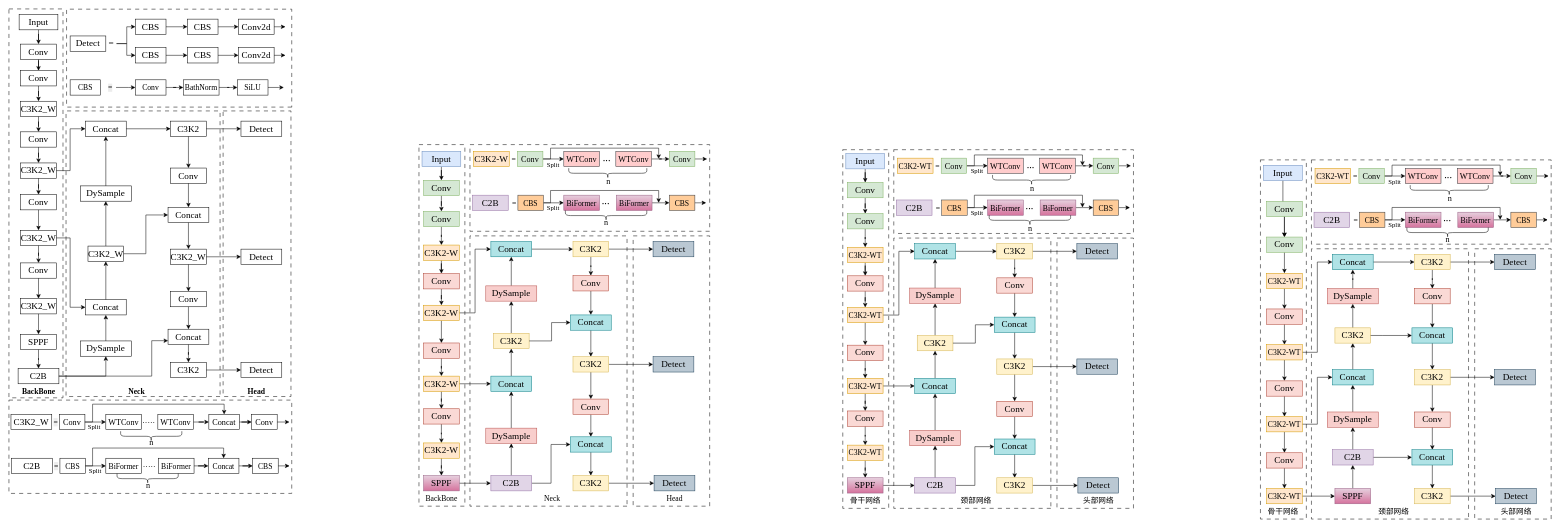
Before: WBDF-YOLO.drawio in HTMLCSS-XD/draw.io, a draw.io diagram. Source tidied: cells renumbered, new cells numbered last; positions are measured from the earlier drawing's top-left corner, leaving out a move shared by most shapes. Both pictures are drawn from the tidied source at 51%, with x=0, y=0 at pixel (9, 9).
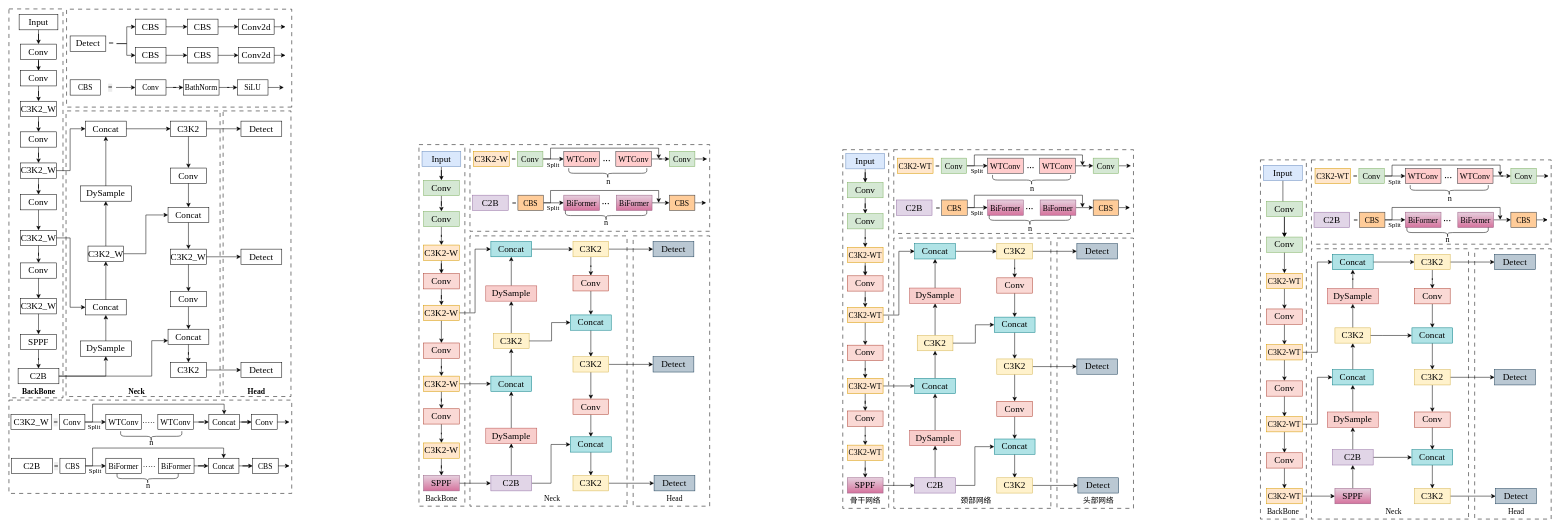
The same page after the edit.

The edit, as a diff of the source:
```diff
@@
-    <mxCell id="315" value="颈部网络" style="text;html=1;align=center;verticalAlign=middle;strokeColor=none;fillColor=none;labelBackgroundColor=none;fontStyle=0;fontSize=15;fontFamily=宋体;" parent="1" vertex="1">
-      <mxGeometry x="2675" y="970.3" width="80" height="30" as="geometry" />
+    <mxCell id="315" value="Neck" style="text;html=1;align=center;verticalAlign=middle;strokeColor=none;fillColor=none;labelBackgroundColor=none;fontStyle=0;fontSize=15;fontFamily=Times New Roman;" parent="1" vertex="1">
+      <mxGeometry x="2685" y="970.3" width="60" height="30" as="geometry" />
     </mxCell>
-    <mxCell id="316" value="头部网络" style="text;html=1;align=center;verticalAlign=middle;strokeColor=none;fillColor=none;labelBackgroundColor=none;fontStyle=0;fontSize=15;fontFamily=宋体;" parent="1" vertex="1">
-      <mxGeometry x="2915" y="970.3" width="80" height="30" as="geometry" />
+    <mxCell id="316" value="&lt;font face=&quot;Times New Roman&quot;&gt;Head&lt;/font&gt;" style="text;html=1;align=center;verticalAlign=middle;strokeColor=none;fillColor=none;labelBackgroundColor=none;fontStyle=0;fontSize=15;fontFamily=宋体;" parent="1" vertex="1">
+      <mxGeometry x="2925" y="970.3" width="60" height="30" as="geometry" />
     </mxCell>
-    <mxCell id="317" value="骨干网络" style="text;html=1;align=center;verticalAlign=middle;strokeColor=none;fillColor=none;labelBackgroundColor=none;fontStyle=0;fontSize=15;fontFamily=宋体;" parent="1" vertex="1">
-      <mxGeometry x="2458" y="970.3" width="80" height="30" as="geometry" />
+    <mxCell id="317" value="&lt;font face=&quot;Times New Roman&quot;&gt;BackBone&lt;/font&gt;" style="text;html=1;align=center;verticalAlign=middle;strokeColor=none;fillColor=none;labelBackgroundColor=none;fontStyle=0;fontSize=15;fontFamily=宋体;" parent="1" vertex="1">
+      <mxGeometry x="2453" y="970.3" width="90" height="30" as="geometry" />
     </mxCell>
```
